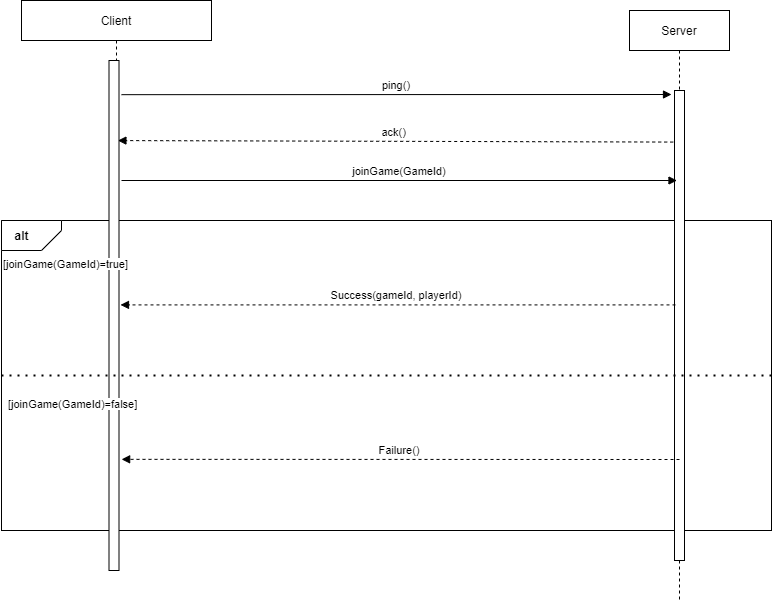
Above: deliverables/sequence_diagram/create_and_join/join_game.png in lolloz98/Masters-of-Renaissance (draw.io), before the change. Source tidied: cells renumbered, new cells last; positions are measured from the earlier drawing's top-left corner, leaving out a move shared by most shapes.
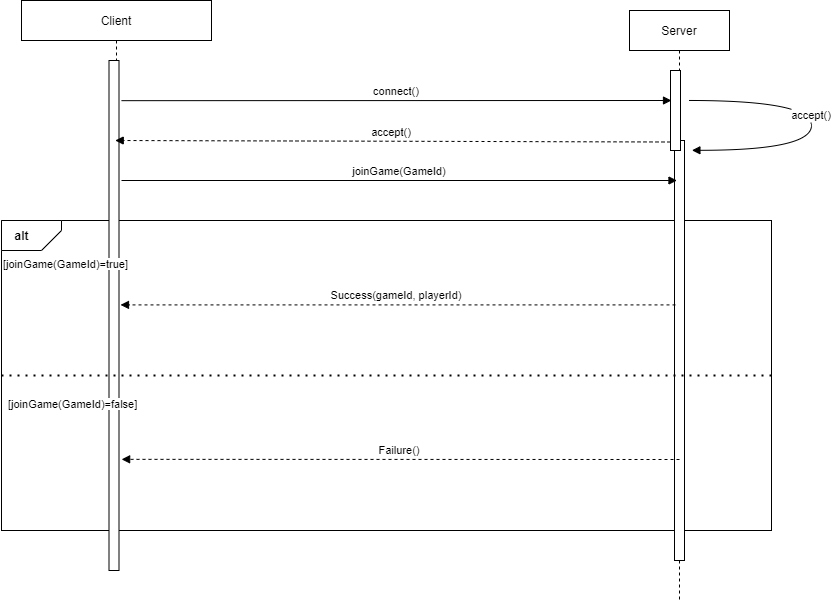
The same file after the commit.

Commit message:
updated sequence diagrams

Change to the diagram source:
```diff
@@ -18,7 +18,7 @@
       <mxGeometry x="628" y="10" width="100" height="590" as="geometry" />
     </mxCell>
     <mxCell id="7" style="perimeter=orthogonalPerimeter;rounded=0;shadow=0;strokeWidth=1;" parent="6" vertex="1">
-      <mxGeometry x="45" y="80" width="10" height="470" as="geometry" />
+      <mxGeometry x="45" y="130" width="10" height="420" as="geometry" />
     </mxCell>
     <mxCell id="8" value="joinGame(GameId)" style="verticalAlign=bottom;endArrow=block;entryX=0;entryY=0;shadow=0;strokeWidth=1;" parent="1" edge="1">
       <mxGeometry relative="1" as="geometry">
@@ -46,16 +46,33 @@
         <mxPoint x="678" y="459" as="sourcePoint" />
       </mxGeometry>
     </mxCell>
-    <mxCell id="14" value="ping()" style="verticalAlign=bottom;endArrow=block;shadow=0;strokeWidth=1;exitX=1.25;exitY=0.067;exitDx=0;exitDy=0;exitPerimeter=0;" parent="1" edge="1" source="4">
-      <mxGeometry relative="1" as="geometry">
-        <mxPoint x="670" y="94" as="targetPoint" />
-      </mxGeometry>
-    </mxCell>
-    <mxCell id="15" value="ack()" style="verticalAlign=bottom;endArrow=block;shadow=0;strokeWidth=1;dashed=1;exitX=0.437;exitY=0.223;exitDx=0;exitDy=0;exitPerimeter=0;entryX=0.891;entryY=0.157;entryDx=0;entryDy=0;entryPerimeter=0;" parent="1" edge="1" source="6" target="4">
-      <mxGeometry x="0.01" relative="1" as="geometry" />
-    </mxCell>
     <mxCell id="16" value="&lt;span style=&quot;font-size: 11px ; text-align: center ; background-color: rgb(255 , 255 , 255)&quot;&gt;&lt;font face=&quot;helvetica&quot;&gt;[&lt;/font&gt;&lt;/span&gt;&lt;span style=&quot;font-size: 11px ; text-align: center ; background-color: rgb(255 , 255 , 255)&quot;&gt;joinGame(GameId)&lt;/span&gt;&lt;span style=&quot;font-family: &amp;#34;helvetica&amp;#34; ; font-size: 11px ; text-align: center ; background-color: rgb(255 , 255 , 255)&quot;&gt;=false]&lt;/span&gt;" style="text;whiteSpace=wrap;html=1;" parent="1" vertex="1">
       <mxGeometry x="5" y="390" width="300" height="30" as="geometry" />
     </mxCell>
+    <mxCell id="17" value="accept()" style="verticalAlign=bottom;endArrow=block;shadow=0;strokeWidth=1;exitX=0.85;exitY=0.333;exitDx=0;exitDy=0;exitPerimeter=0;edgeStyle=orthogonalEdgeStyle;entryX=0.524;entryY=0.22;entryDx=0;entryDy=0;entryPerimeter=0;curved=1;" parent="1" edge="1">
+      <mxGeometry relative="1" as="geometry">
+        <mxPoint x="687.5" y="100" as="sourcePoint" />
+        <mxPoint x="690.4" y="149.8" as="targetPoint" />
+        <Array as="points">
+          <mxPoint x="810" y="100" />
+          <mxPoint x="810" y="150" />
+        </Array>
+      </mxGeometry>
+    </mxCell>
+    <mxCell id="18" value="connect()" style="verticalAlign=bottom;endArrow=block;shadow=0;strokeWidth=1;exitX=1.25;exitY=0.067;exitDx=0;exitDy=0;exitPerimeter=0;" parent="1" edge="1">
+      <mxGeometry relative="1" as="geometry">
+        <mxPoint x="120" y="100.2" as="sourcePoint" />
+        <mxPoint x="670" y="100" as="targetPoint" />
+      </mxGeometry>
+    </mxCell>
+    <mxCell id="19" value="accept()" style="verticalAlign=bottom;endArrow=block;shadow=0;strokeWidth=1;dashed=1;exitX=0.437;exitY=0.223;exitDx=0;exitDy=0;exitPerimeter=0;entryX=0.891;entryY=0.157;entryDx=0;entryDy=0;entryPerimeter=0;" parent="1" edge="1">
+      <mxGeometry x="0.01" relative="1" as="geometry">
+        <mxPoint x="669" y="141.5" as="sourcePoint" />
+        <mxPoint x="113.7" y="140" as="targetPoint" />
+      </mxGeometry>
+    </mxCell>
+    <mxCell id="20" style="perimeter=orthogonalPerimeter;rounded=0;shadow=0;strokeWidth=1;" parent="1" vertex="1">
+      <mxGeometry x="669" y="70" width="10" height="80" as="geometry" />
+    </mxCell>
   </root>
 </mxGraphModel>
```
